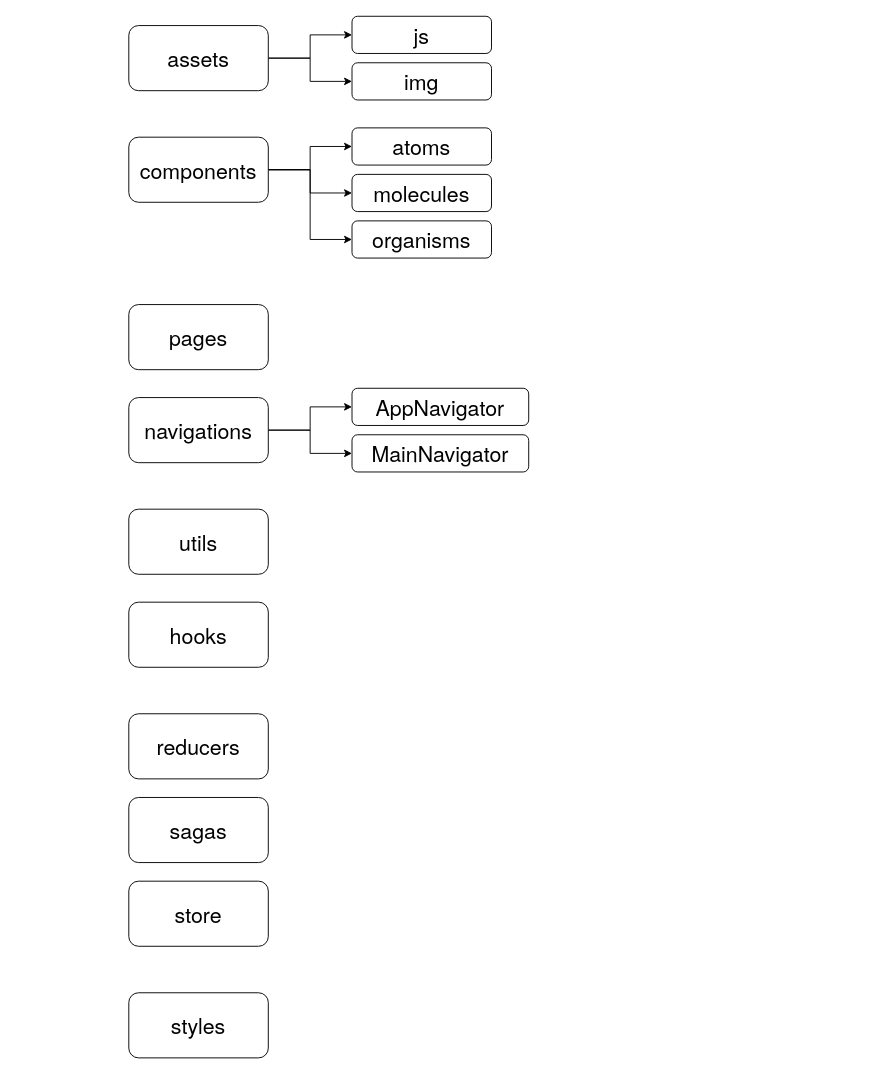
Before: Untitled Diagram.drawio in darae07/validation, a draw.io diagram. Source tidied: cells renumbered, new cells numbered last; positions are measured from the earlier drawing's top-left corner, leaving out a move shared by most shapes. Both pictures are drawn from the tidied source at 93%, with x=0, y=0 at pixel (128, 16).
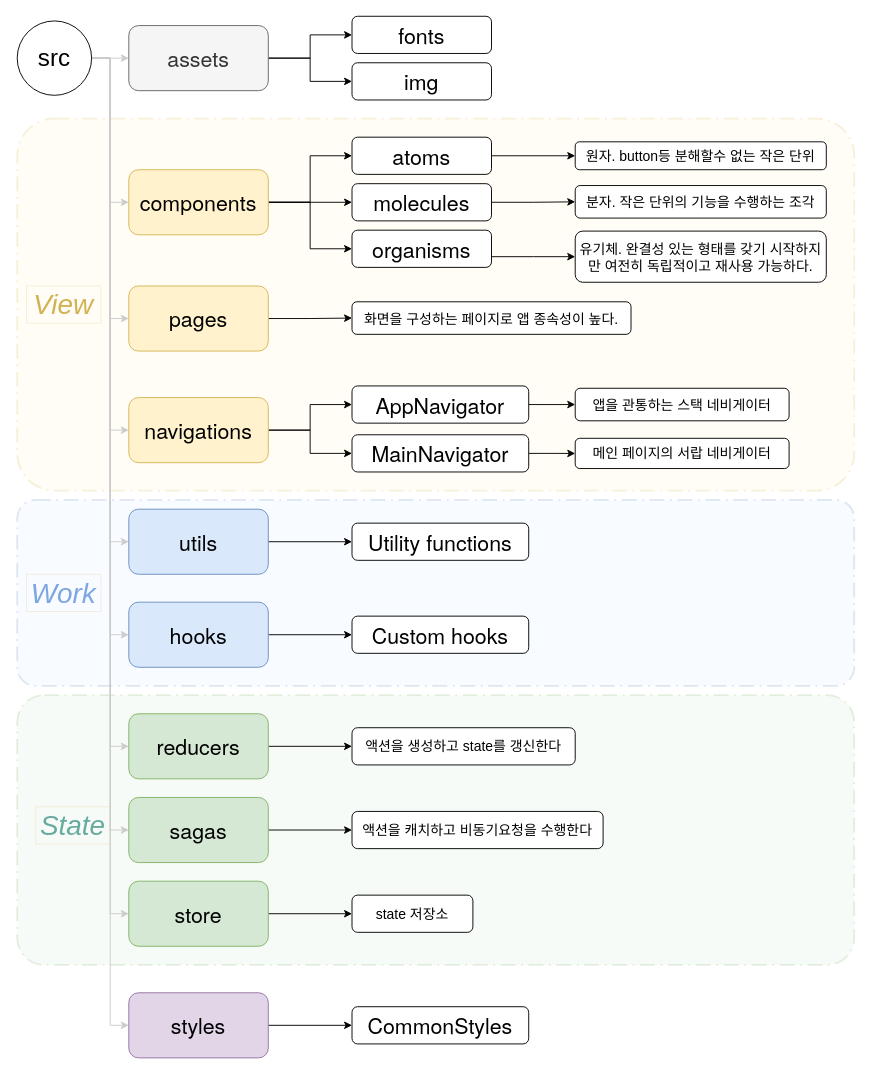
Above is the later version.

Unchanged cells that the change refers to:
```xml
<mxCell id="25" value="&lt;p class=&quot;p1&quot; style=&quot;margin: 0px ; font-stretch: normal ; font-size: 23px ; line-height: normal ; font-family: &amp;#34;helvetica neue&amp;#34;&quot;&gt;MainNavigator&lt;/p&gt;" style="rounded=1;whiteSpace=wrap;html=1;" parent="1" vertex="1">
  <mxGeometry x="240" y="450" width="190" height="40" as="geometry" />
</mxCell>
```

The edit, as a diff of the source:
```diff
@@
+    <mxCell id="26" style="rounded=1;arcSize=10;dashed=1;strokeColor=#82b366;fillColor=#d5e8d4;dashPattern=8 3 1 3;strokeWidth=2;opacity=20;" parent="1" vertex="1">
+      <mxGeometry x="-120" y="730" width="900" height="290" as="geometry" />
+    </mxCell>
+    <mxCell id="27" style="rounded=1;arcSize=10;dashed=1;strokeColor=#6c8ebf;fillColor=#dae8fc;dashPattern=8 3 1 3;strokeWidth=2;opacity=20;" parent="1" vertex="1">
+      <mxGeometry x="-120" y="520" width="900" height="200" as="geometry" />
+    </mxCell>
+    <mxCell id="28" style="rounded=1;arcSize=10;dashed=1;strokeColor=#d6b656;fillColor=#fff2cc;dashPattern=8 3 1 3;strokeWidth=2;opacity=20;" parent="1" vertex="1">
+      <mxGeometry x="-120" y="110" width="900" height="400" as="geometry" />
+    </mxCell>
@@
-    <mxCell id="5" value="&lt;p class=&quot;p1&quot; style=&quot;margin: 0px ; font-stretch: normal ; font-size: 23px ; line-height: normal ; font-family: &amp;#34;helvetica neue&amp;#34;&quot;&gt;components&lt;/p&gt;" style="rounded=1;whiteSpace=wrap;html=1;" parent="1" vertex="1">
-      <mxGeometry y="130" width="150" height="70" as="geometry" />
+    <mxCell id="5" value="&lt;p class=&quot;p1&quot; style=&quot;margin: 0px ; font-stretch: normal ; font-size: 23px ; line-height: normal ; font-family: &amp;#34;helvetica neue&amp;#34;&quot;&gt;components&lt;/p&gt;" style="rounded=1;whiteSpace=wrap;html=1;fillColor=#fff2cc;strokeColor=#d6b656;" parent="1" vertex="1">
+      <mxGeometry y="165" width="150" height="70" as="geometry" />
     </mxCell>
@@
-    <mxCell id="8" value="&lt;p class=&quot;p1&quot; style=&quot;margin: 0px ; font-stretch: normal ; font-size: 23px ; line-height: normal ; font-family: &amp;#34;helvetica neue&amp;#34;&quot;&gt;navigations&lt;/p&gt;" style="rounded=1;whiteSpace=wrap;html=1;" parent="1" vertex="1">
+    <mxCell id="8" value="&lt;p class=&quot;p1&quot; style=&quot;margin: 0px ; font-stretch: normal ; font-size: 23px ; line-height: normal ; font-family: &amp;#34;helvetica neue&amp;#34;&quot;&gt;navigations&lt;/p&gt;" style="rounded=1;whiteSpace=wrap;html=1;fillColor=#fff2cc;strokeColor=#d6b656;" parent="1" vertex="1">
       <mxGeometry y="410" width="150" height="70" as="geometry" />
     </mxCell>
+    <mxCell id="29" style="edgeStyle=orthogonalEdgeStyle;rounded=0;jettySize=auto;html=1;entryX=0;entryY=0.5;entryDx=0;entryDy=0;fontSize=30;fontColor=#7EA6E0;" parent="1" edge="1" source="9" target="49">
+      <mxGeometry relative="1" as="geometry" />
+    </mxCell>
-    <mxCell id="9" value="&lt;p class=&quot;p1&quot; style=&quot;margin: 0px ; font-stretch: normal ; font-size: 23px ; line-height: normal ; font-family: &amp;#34;helvetica neue&amp;#34;&quot;&gt;pages&lt;/p&gt;" style="rounded=1;whiteSpace=wrap;html=1;" parent="1" vertex="1">
-      <mxGeometry y="310" width="150" height="70" as="geometry" />
+    <mxCell id="9" value="&lt;p class=&quot;p1&quot; style=&quot;margin: 0px ; font-stretch: normal ; font-size: 23px ; line-height: normal ; font-family: &amp;#34;helvetica neue&amp;#34;&quot;&gt;pages&lt;/p&gt;" style="rounded=1;whiteSpace=wrap;html=1;fillColor=#fff2cc;strokeColor=#d6b656;" parent="1" vertex="1">
+      <mxGeometry y="290" width="150" height="70" as="geometry" />
     </mxCell>
+    <mxCell id="30" style="edgeStyle=orthogonalEdgeStyle;rounded=0;jettySize=auto;html=1;entryX=0;entryY=0.5;entryDx=0;entryDy=0;fontSize=30;fontColor=#7EA6E0;" parent="1" edge="1" source="10" target="50">
+      <mxGeometry relative="1" as="geometry" />
+    </mxCell>
-    <mxCell id="10" value="&lt;p class=&quot;p1&quot; style=&quot;margin: 0px ; font-stretch: normal ; font-size: 23px ; line-height: normal ; font-family: &amp;#34;helvetica neue&amp;#34;&quot;&gt;styles&lt;/p&gt;" style="rounded=1;whiteSpace=wrap;html=1;" parent="1" vertex="1">
+    <mxCell id="10" value="&lt;p class=&quot;p1&quot; style=&quot;margin: 0px ; font-stretch: normal ; font-size: 23px ; line-height: normal ; font-family: &amp;#34;helvetica neue&amp;#34;&quot;&gt;styles&lt;/p&gt;" style="rounded=1;whiteSpace=wrap;html=1;fillColor=#e1d5e7;strokeColor=#9673a6;" parent="1" vertex="1">
       <mxGeometry y="1050" width="150" height="70" as="geometry" />
     </mxCell>
+    <mxCell id="31" style="edgeStyle=orthogonalEdgeStyle;rounded=0;jettySize=auto;html=1;fontSize=30;fontColor=#7EA6E0;" parent="1" edge="1" source="11" target="51">
+      <mxGeometry relative="1" as="geometry" />
+    </mxCell>
-    <mxCell id="11" value="&lt;p class=&quot;p1&quot; style=&quot;margin: 0px ; font-stretch: normal ; font-size: 23px ; line-height: normal ; font-family: &amp;#34;helvetica neue&amp;#34;&quot;&gt;utils&lt;/p&gt;" style="rounded=1;whiteSpace=wrap;html=1;" parent="1" vertex="1">
+    <mxCell id="11" value="&lt;p class=&quot;p1&quot; style=&quot;margin: 0px ; font-stretch: normal ; font-size: 23px ; line-height: normal ; font-family: &amp;#34;helvetica neue&amp;#34;&quot;&gt;utils&lt;/p&gt;" style="rounded=1;whiteSpace=wrap;html=1;fillColor=#dae8fc;strokeColor=#6c8ebf;" parent="1" vertex="1">
       <mxGeometry y="530" width="150" height="70" as="geometry" />
     </mxCell>
+    <mxCell id="32" style="edgeStyle=orthogonalEdgeStyle;rounded=0;jettySize=auto;html=1;fontSize=30;fontColor=#7EA6E0;" parent="1" edge="1" source="12" target="52">
+      <mxGeometry relative="1" as="geometry" />
+    </mxCell>
-    <mxCell id="12" value="&lt;p class=&quot;p1&quot; style=&quot;margin: 0px ; font-stretch: normal ; font-size: 23px ; line-height: normal ; font-family: &amp;#34;helvetica neue&amp;#34;&quot;&gt;hooks&lt;/p&gt;" style="rounded=1;whiteSpace=wrap;html=1;" parent="1" vertex="1">
+    <mxCell id="12" value="&lt;p class=&quot;p1&quot; style=&quot;margin: 0px ; font-stretch: normal ; font-size: 23px ; line-height: normal ; font-family: &amp;#34;helvetica neue&amp;#34;&quot;&gt;hooks&lt;/p&gt;" style="rounded=1;whiteSpace=wrap;html=1;fillColor=#dae8fc;strokeColor=#6c8ebf;" parent="1" vertex="1">
       <mxGeometry y="630" width="150" height="70" as="geometry" />
     </mxCell>
+    <mxCell id="33" style="edgeStyle=orthogonalEdgeStyle;rounded=0;jettySize=auto;html=1;entryX=0;entryY=0.5;entryDx=0;entryDy=0;fontSize=15;fontColor=#7EA6E0;" parent="1" edge="1" source="13" target="53">
+      <mxGeometry relative="1" as="geometry" />
+    </mxCell>
-    <mxCell id="13" value="&lt;p class=&quot;p1&quot; style=&quot;margin: 0px ; font-stretch: normal ; font-size: 23px ; line-height: normal ; font-family: &amp;#34;helvetica neue&amp;#34;&quot;&gt;reducers&lt;/p&gt;" style="rounded=1;whiteSpace=wrap;html=1;" parent="1" vertex="1">
+    <mxCell id="13" value="&lt;p class=&quot;p1&quot; style=&quot;margin: 0px ; font-stretch: normal ; font-size: 23px ; line-height: normal ; font-family: &amp;#34;helvetica neue&amp;#34;&quot;&gt;reducers&lt;/p&gt;" style="rounded=1;whiteSpace=wrap;html=1;fillColor=#d5e8d4;strokeColor=#82b366;" parent="1" vertex="1">
       <mxGeometry y="750" width="150" height="70" as="geometry" />
     </mxCell>
+    <mxCell id="34" style="edgeStyle=orthogonalEdgeStyle;rounded=0;jettySize=auto;html=1;entryX=0;entryY=0.5;entryDx=0;entryDy=0;fontSize=15;fontColor=#7EA6E0;" parent="1" edge="1" source="14" target="54">
+      <mxGeometry relative="1" as="geometry" />
+    </mxCell>
-    <mxCell id="14" value="&lt;p class=&quot;p1&quot; style=&quot;margin: 0px ; font-stretch: normal ; font-size: 23px ; line-height: normal ; font-family: &amp;#34;helvetica neue&amp;#34;&quot;&gt;sagas&lt;/p&gt;" style="rounded=1;whiteSpace=wrap;html=1;" parent="1" vertex="1">
+    <mxCell id="14" value="&lt;p class=&quot;p1&quot; style=&quot;margin: 0px ; font-stretch: normal ; font-size: 23px ; line-height: normal ; font-family: &amp;#34;helvetica neue&amp;#34;&quot;&gt;sagas&lt;/p&gt;" style="rounded=1;whiteSpace=wrap;html=1;fillColor=#d5e8d4;strokeColor=#82b366;" parent="1" vertex="1">
       <mxGeometry y="840" width="150" height="70" as="geometry" />
     </mxCell>
+    <mxCell id="35" style="edgeStyle=orthogonalEdgeStyle;rounded=0;jettySize=auto;html=1;fontSize=15;fontColor=#7EA6E0;" parent="1" edge="1" source="15" target="55">
+      <mxGeometry relative="1" as="geometry" />
+    </mxCell>
-    <mxCell id="15" value="&lt;p class=&quot;p1&quot; style=&quot;margin: 0px ; font-stretch: normal ; font-size: 23px ; line-height: normal ; font-family: &amp;#34;helvetica neue&amp;#34;&quot;&gt;store&lt;/p&gt;" style="rounded=1;whiteSpace=wrap;html=1;" parent="1" vertex="1">
+    <mxCell id="15" value="&lt;p class=&quot;p1&quot; style=&quot;margin: 0px ; font-stretch: normal ; font-size: 23px ; line-height: normal ; font-family: &amp;#34;helvetica neue&amp;#34;&quot;&gt;store&lt;/p&gt;" style="rounded=1;whiteSpace=wrap;html=1;fillColor=#d5e8d4;strokeColor=#82b366;" parent="1" vertex="1">
       <mxGeometry y="930" width="150" height="70" as="geometry" />
     </mxCell>
@@
-    <mxCell id="18" value="&lt;p class=&quot;p1&quot; style=&quot;margin: 0px ; font-stretch: normal ; font-size: 23px ; line-height: normal ; font-family: &amp;#34;helvetica neue&amp;#34;&quot;&gt;assets&lt;/p&gt;" style="rounded=1;whiteSpace=wrap;html=1;" parent="1" vertex="1">
+    <mxCell id="18" value="&lt;p class=&quot;p1&quot; style=&quot;margin: 0px ; font-stretch: normal ; font-size: 23px ; line-height: normal ; font-family: &amp;#34;helvetica neue&amp;#34;&quot;&gt;assets&lt;/p&gt;" style="rounded=1;whiteSpace=wrap;html=1;fillColor=#f5f5f5;strokeColor=#666666;fontColor=#333333;" parent="1" vertex="1">
       <mxGeometry y="10" width="150" height="70" as="geometry" />
     </mxCell>
-    <mxCell id="19" value="&lt;p class=&quot;p1&quot; style=&quot;margin: 0px ; font-stretch: normal ; font-size: 23px ; line-height: normal ; font-family: &amp;#34;helvetica neue&amp;#34;&quot;&gt;js&lt;/p&gt;" style="rounded=1;whiteSpace=wrap;html=1;" parent="1" vertex="1">
+    <mxCell id="19" value="&lt;p class=&quot;p1&quot; style=&quot;margin: 0px ; font-stretch: normal ; font-size: 23px ; line-height: normal ; font-family: &amp;#34;helvetica neue&amp;#34;&quot;&gt;fonts&lt;/p&gt;" style="rounded=1;whiteSpace=wrap;html=1;" parent="1" vertex="1">
       <mxGeometry x="240" width="150" height="40" as="geometry" />
     </mxCell>
@@
+    <mxCell id="36" style="edgeStyle=orthogonalEdgeStyle;rounded=0;jettySize=auto;html=1;fontSize=30;fontColor=#7EA6E0;" parent="1" edge="1" source="21" target="44">
+      <mxGeometry relative="1" as="geometry" />
+    </mxCell>
     <mxCell id="21" value="&lt;p class=&quot;p1&quot; style=&quot;margin: 0px ; font-stretch: normal ; font-size: 23px ; line-height: normal ; font-family: &amp;#34;helvetica neue&amp;#34;&quot;&gt;atoms&lt;/p&gt;" style="rounded=1;whiteSpace=wrap;html=1;" parent="1" vertex="1">
-      <mxGeometry x="240" y="120" width="150" height="40" as="geometry" />
+      <mxGeometry x="240" y="130" width="150" height="40" as="geometry" />
     </mxCell>
+    <mxCell id="37" style="edgeStyle=orthogonalEdgeStyle;rounded=0;jettySize=auto;html=1;entryX=0;entryY=0.5;entryDx=0;entryDy=0;fontSize=30;fontColor=#7EA6E0;" parent="1" edge="1" source="22" target="45">
+      <mxGeometry relative="1" as="geometry" />
+    </mxCell>
     <mxCell id="22" value="&lt;p class=&quot;p1&quot; style=&quot;margin: 0px ; font-stretch: normal ; font-size: 23px ; line-height: normal ; font-family: &amp;#34;helvetica neue&amp;#34;&quot;&gt;molecules&lt;/p&gt;" style="rounded=1;whiteSpace=wrap;html=1;" parent="1" vertex="1">
-      <mxGeometry x="240" y="170" width="150" height="40" as="geometry" />
+      <mxGeometry x="240" y="180" width="150" height="40" as="geometry" />
     </mxCell>
+    <mxCell id="38" style="edgeStyle=orthogonalEdgeStyle;rounded=0;jettySize=auto;html=1;entryX=0;entryY=0.5;entryDx=0;entryDy=0;fontSize=30;fontColor=#7EA6E0;" parent="1" edge="1" source="23" target="47">
+      <mxGeometry relative="1" as="geometry" />
+    </mxCell>
     <mxCell id="23" value="&lt;p class=&quot;p1&quot; style=&quot;margin: 0px ; font-stretch: normal ; font-size: 23px ; line-height: normal ; font-family: &amp;#34;helvetica neue&amp;#34;&quot;&gt;AppNavigator&lt;/p&gt;" style="rounded=1;whiteSpace=wrap;html=1;" parent="1" vertex="1">
-      <mxGeometry x="240" y="400" width="190" height="40" as="geometry" />
+      <mxGeometry x="240" y="397.5" width="190" height="40" as="geometry" />
     </mxCell>
+    <mxCell id="39" style="edgeStyle=orthogonalEdgeStyle;rounded=0;jettySize=auto;html=1;entryX=0;entryY=0.5;entryDx=0;entryDy=0;fontSize=30;fontColor=#7EA6E0;" parent="1" edge="1" source="24" target="46">
+      <mxGeometry relative="1" as="geometry">
+        <Array as="points">
+          <mxPoint x="435" y="258" />
+        </Array>
+      </mxGeometry>
+    </mxCell>
     <mxCell id="24" value="&lt;p class=&quot;p1&quot; style=&quot;margin: 0px ; font-stretch: normal ; font-size: 23px ; line-height: normal ; font-family: &amp;#34;helvetica neue&amp;#34;&quot;&gt;organisms&lt;/p&gt;" style="rounded=1;whiteSpace=wrap;html=1;" parent="1" vertex="1">
-      <mxGeometry x="240" y="220" width="150" height="40" as="geometry" />
+      <mxGeometry x="240" y="230" width="150" height="40" as="geometry" />
     </mxCell>
+    <mxCell id="40" style="edgeStyle=orthogonalEdgeStyle;rounded=0;jettySize=auto;html=1;fontSize=30;fontColor=#7EA6E0;" parent="1" edge="1" source="25" target="48">
+      <mxGeometry relative="1" as="geometry" />
+    </mxCell>
@@
+    <mxCell id="41" value="View" style="text;html=1;strokeColor=#d6b656;align=center;verticalAlign=middle;whiteSpace=wrap;rounded=0;opacity=20;fontSize=30;fontColor=#D1B254;fontStyle=2;" parent="1" vertex="1">
+      <mxGeometry x="-110" y="290" width="80" height="40" as="geometry" />
+    </mxCell>
+    <mxCell id="42" value="Work" style="text;html=1;strokeColor=#d6b656;align=center;verticalAlign=middle;whiteSpace=wrap;rounded=0;opacity=20;fontSize=30;fontStyle=2;fontColor=#7EA6E0;" parent="1" vertex="1">
+      <mxGeometry x="-110" y="600" width="80" height="40" as="geometry" />
+    </mxCell>
+    <mxCell id="43" value="State" style="text;html=1;strokeColor=#d6b656;align=center;verticalAlign=middle;whiteSpace=wrap;rounded=0;opacity=20;fontSize=30;fontStyle=2;fontColor=#67AB9F;" parent="1" vertex="1">
+      <mxGeometry x="-100" y="850" width="80" height="40" as="geometry" />
+    </mxCell>
+    <mxCell id="44" value="원자. button등 분해할수 없는 작은 단위" style="rounded=1;whiteSpace=wrap;html=1;fontSize=15;" parent="1" vertex="1">
+      <mxGeometry x="480" y="135" width="270" height="30" as="geometry" />
+    </mxCell>
+    <mxCell id="45" value="분자. 작은 단위의 기능을 수행하는 조각" style="rounded=1;whiteSpace=wrap;html=1;fontSize=15;" parent="1" vertex="1">
+      <mxGeometry x="480" y="182" width="270" height="35" as="geometry" />
+    </mxCell>
+    <mxCell id="46" value="유기체. 완결성 있는 형태를 갖기 시작하지만 여전히 독립적이고 재사용 가능하다." style="rounded=1;whiteSpace=wrap;html=1;fontSize=15;" parent="1" vertex="1">
+      <mxGeometry x="480" y="231" width="270" height="55" as="geometry" />
+    </mxCell>
+    <mxCell id="47" value="앱을 관통하는 스택 네비게이터" style="rounded=1;whiteSpace=wrap;html=1;fontSize=15;" parent="1" vertex="1">
+      <mxGeometry x="480" y="400" width="230" height="35" as="geometry" />
+    </mxCell>
+    <mxCell id="48" value="메인 페이지의 서랍 네비게이터" style="rounded=1;whiteSpace=wrap;html=1;fontSize=15;" parent="1" vertex="1">
+      <mxGeometry x="480" y="453.8" width="230" height="32.5" as="geometry" />
+    </mxCell>
+    <mxCell id="49" value="화면을 구성하는 페이지로 앱 종속성이 높다." style="rounded=1;whiteSpace=wrap;html=1;fontSize=15;" parent="1" vertex="1">
+      <mxGeometry x="240" y="307" width="300" height="35" as="geometry" />
+    </mxCell>
+    <mxCell id="50" value="&lt;p class=&quot;p1&quot; style=&quot;margin: 0px ; font-stretch: normal ; font-size: 23px ; line-height: normal ; font-family: &amp;#34;helvetica neue&amp;#34;&quot;&gt;CommonStyles&lt;/p&gt;" style="rounded=1;whiteSpace=wrap;html=1;" parent="1" vertex="1">
+      <mxGeometry x="240" y="1065" width="190" height="40" as="geometry" />
+    </mxCell>
+    <mxCell id="51" value="&lt;p class=&quot;p1&quot; style=&quot;margin: 0px ; font-stretch: normal ; font-size: 23px ; line-height: normal ; font-family: &amp;#34;helvetica neue&amp;#34;&quot;&gt;Utility functions&lt;/p&gt;" style="rounded=1;whiteSpace=wrap;html=1;" parent="1" vertex="1">
+      <mxGeometry x="240" y="545" width="190" height="40" as="geometry" />
+    </mxCell>
+    <mxCell id="52" value="&lt;p class=&quot;p1&quot; style=&quot;margin: 0px ; font-stretch: normal ; font-size: 23px ; line-height: normal ; font-family: &amp;#34;helvetica neue&amp;#34;&quot;&gt;Custom hooks&lt;/p&gt;" style="rounded=1;whiteSpace=wrap;html=1;" parent="1" vertex="1">
+      <mxGeometry x="240" y="645" width="190" height="40" as="geometry" />
+    </mxCell>
+    <mxCell id="53" value="액션을 생성하고 state를 갱신한다" style="rounded=1;whiteSpace=wrap;html=1;fontSize=15;" parent="1" vertex="1">
+      <mxGeometry x="240" y="765" width="240" height="40" as="geometry" />
+    </mxCell>
+    <mxCell id="54" value="액션을 캐치하고 비동기요청을 수행한다" style="rounded=1;whiteSpace=wrap;html=1;fontSize=15;" parent="1" vertex="1">
+      <mxGeometry x="240" y="855" width="270" height="40" as="geometry" />
+    </mxCell>
+    <mxCell id="55" value="state 저장소" style="rounded=1;whiteSpace=wrap;html=1;fontSize=15;" parent="1" vertex="1">
+      <mxGeometry x="240" y="945" width="130" height="40" as="geometry" />
+    </mxCell>
+    <mxCell id="56" style="edgeStyle=orthogonalEdgeStyle;rounded=0;jettySize=auto;html=1;entryX=0;entryY=0.5;entryDx=0;entryDy=0;fontSize=26;fontColor=#7EA6E0;strokeColor=#CCCCCC;" parent="1" edge="1" source="66" target="18">
+      <mxGeometry relative="1" as="geometry" />
+    </mxCell>
+    <mxCell id="57" style="edgeStyle=orthogonalEdgeStyle;rounded=0;jettySize=auto;html=1;entryX=0;entryY=0.5;entryDx=0;entryDy=0;fontSize=26;fontColor=#7EA6E0;strokeColor=#CCCCCC;" parent="1" edge="1" source="66" target="5">
+      <mxGeometry relative="1" as="geometry" />
+    </mxCell>
+    <mxCell id="58" style="edgeStyle=orthogonalEdgeStyle;rounded=0;jettySize=auto;html=1;entryX=0;entryY=0.5;entryDx=0;entryDy=0;fontSize=26;fontColor=#7EA6E0;strokeColor=#CCCCCC;" parent="1" edge="1" source="66" target="9">
+      <mxGeometry relative="1" as="geometry" />
+    </mxCell>
+    <mxCell id="59" style="edgeStyle=orthogonalEdgeStyle;rounded=0;jettySize=auto;html=1;entryX=0;entryY=0.5;entryDx=0;entryDy=0;fontSize=26;fontColor=#7EA6E0;strokeColor=#CCCCCC;" parent="1" edge="1" source="66" target="8">
+      <mxGeometry relative="1" as="geometry" />
+    </mxCell>
+    <mxCell id="60" style="edgeStyle=orthogonalEdgeStyle;rounded=0;jettySize=auto;html=1;entryX=0;entryY=0.5;entryDx=0;entryDy=0;fontSize=26;fontColor=#7EA6E0;strokeColor=#CCCCCC;" parent="1" edge="1" source="66" target="11">
+      <mxGeometry relative="1" as="geometry" />
+    </mxCell>
+    <mxCell id="61" style="edgeStyle=orthogonalEdgeStyle;rounded=0;jettySize=auto;html=1;entryX=0;entryY=0.5;entryDx=0;entryDy=0;fontSize=26;fontColor=#7EA6E0;strokeColor=#CCCCCC;" parent="1" edge="1" source="66" target="12">
+      <mxGeometry relative="1" as="geometry" />
+    </mxCell>
+    <mxCell id="62" style="edgeStyle=orthogonalEdgeStyle;rounded=0;jettySize=auto;html=1;entryX=0;entryY=0.5;entryDx=0;entryDy=0;fontSize=26;fontColor=#7EA6E0;strokeColor=#CCCCCC;" parent="1" edge="1" source="66" target="13">
+      <mxGeometry relative="1" as="geometry" />
+    </mxCell>
+    <mxCell id="63" style="edgeStyle=orthogonalEdgeStyle;rounded=0;jettySize=auto;html=1;entryX=0;entryY=0.5;entryDx=0;entryDy=0;fontSize=26;fontColor=#7EA6E0;strokeColor=#CCCCCC;" parent="1" edge="1" source="66" target="14">
+      <mxGeometry relative="1" as="geometry" />
+    </mxCell>
+    <mxCell id="64" style="edgeStyle=orthogonalEdgeStyle;rounded=0;jettySize=auto;html=1;entryX=0;entryY=0.5;entryDx=0;entryDy=0;fontSize=26;fontColor=#7EA6E0;strokeColor=#CCCCCC;" parent="1" edge="1" source="66" target="15">
+      <mxGeometry relative="1" as="geometry" />
+    </mxCell>
+    <mxCell id="65" style="edgeStyle=orthogonalEdgeStyle;rounded=0;jettySize=auto;html=1;entryX=0;entryY=0.5;entryDx=0;entryDy=0;fontSize=26;fontColor=#7EA6E0;textOpacity=50;strokeColor=#CCCCCC;" parent="1" edge="1" source="66" target="10">
+      <mxGeometry relative="1" as="geometry" />
+    </mxCell>
+    <mxCell id="66" value="src" style="ellipse;whiteSpace=wrap;html=1;fontSize=26;" parent="1" vertex="1">
+      <mxGeometry x="-120" y="5" width="80" height="80" as="geometry" />
+    </mxCell>
```
